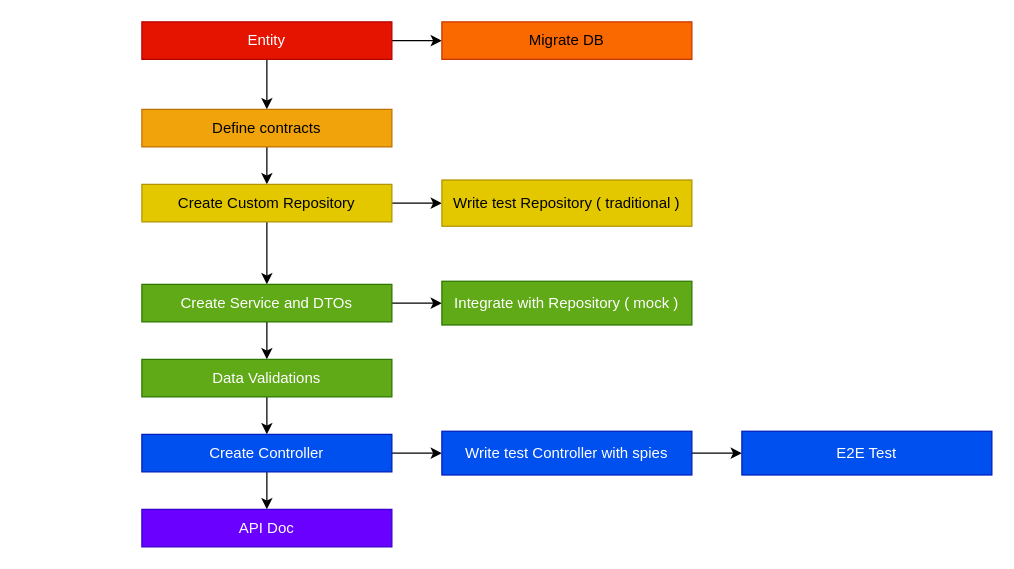
This is page "Code-first-flow" (6 of 6) of documents/NestJS.drawio from misostack/nestjs-typeorm, a draw.io file, before an edit. Source tidied: cells renumbered, new cells numbered last; positions are measured from the earlier drawing's top-left corner, leaving out a move shared by most shapes. Both pictures are drawn from the tidied source at 125%, with x=0, y=0 at pixel (141, 21).
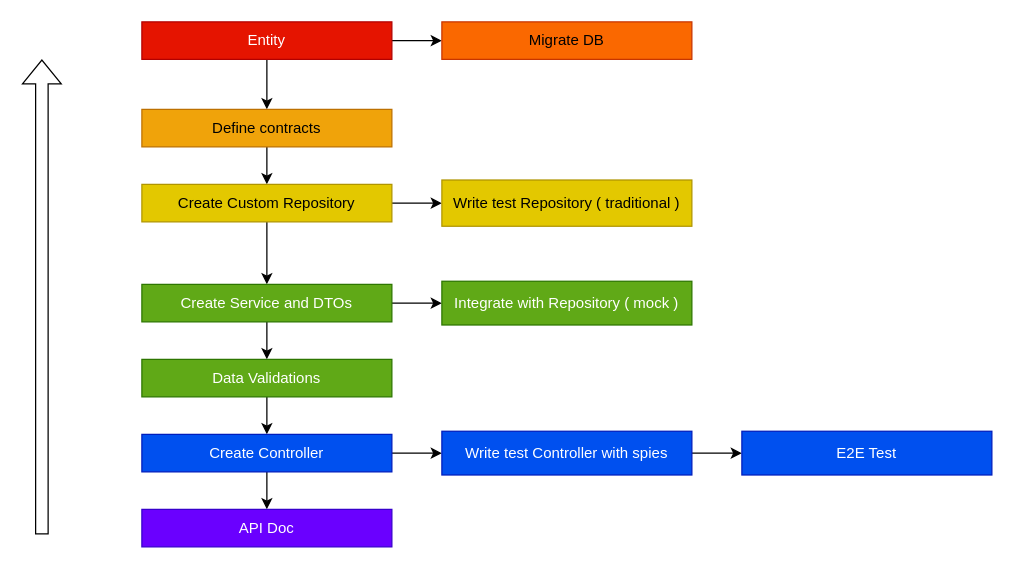
Above is the later version.

What changed in the source:
```diff
@@
+    <mxCell id="25" style="shape=flexArrow;endArrow=classic;html=1;rounded=0;" parent="1" edge="1">
+      <mxGeometry relative="1" as="geometry">
+        <mxPoint x="-80" y="410" as="sourcePoint" />
+        <mxPoint x="-80" y="30" as="targetPoint" />
+      </mxGeometry>
+    </mxCell>
```
